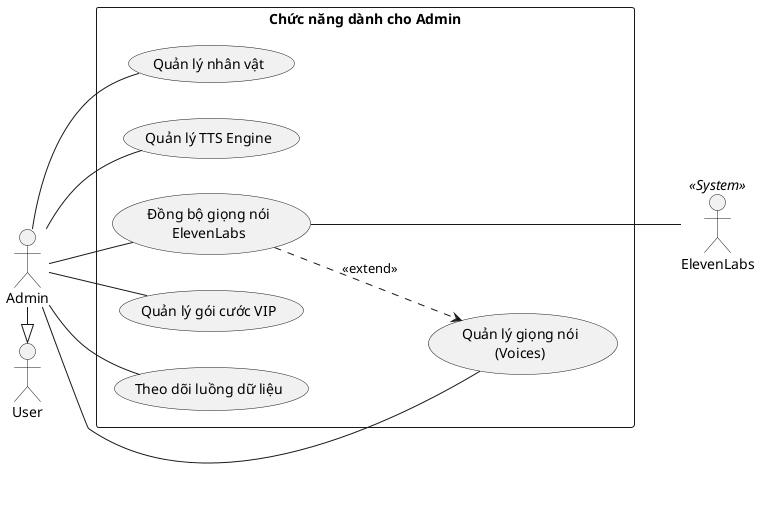
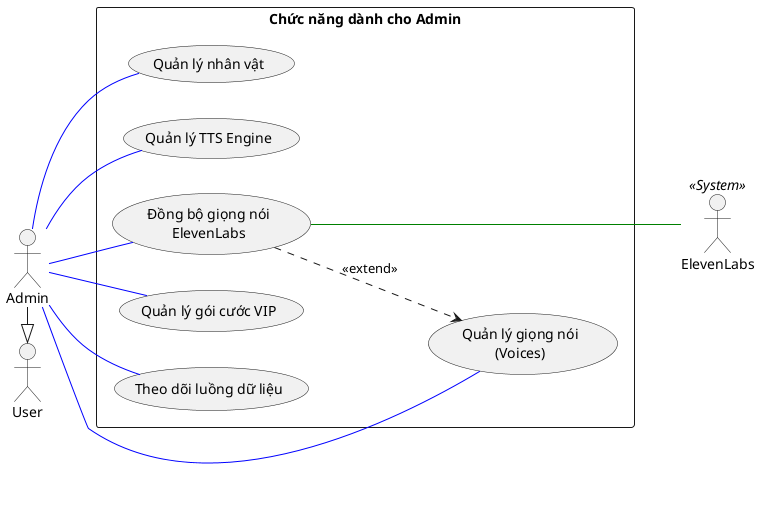
@startuml
left to right direction
skinparam packageStyle rectangle
skinparam shadowing false

actor "User" as User
actor "Admin" as Admin
actor "ElevenLabs" as ElevenLabs << System >>

Admin -|> User

rectangle "Chức năng dành cho Admin" {
  usecase "Quản lý nhân vật" as UC_ManagePersona
  usecase "Quản lý TTS Engine" as UC_ManageTtsEngine
  usecase "Quản lý giọng nói\n(Voices)" as UC_ManageVoice
  usecase "Đồng bộ giọng nói\nElevenLabs" as UC_SyncElevenLabs
  usecase "Quản lý gói cước VIP" as UC_ManagePlans
  usecase "Theo dõi luồng dữ liệu" as UC_PipelineReport

  UC_SyncElevenLabs ..> UC_ManageVoice : <<extend>>
}

- Admin -- UC_ManagePersona
- Admin -- UC_ManageTtsEngine
- Admin -- UC_ManageVoice
- Admin -- UC_SyncElevenLabs
- Admin -- UC_ManagePlans
- Admin -- UC_PipelineReport
+ Admin -- UC_ManagePersona #blue
+ Admin -- UC_ManageTtsEngine #blue
+ Admin -- UC_ManageVoice #blue
+ Admin -- UC_SyncElevenLabs #blue
+ Admin -- UC_ManagePlans #blue
+ Admin -- UC_PipelineReport #blue

- UC_SyncElevenLabs --- ElevenLabs
+ UC_SyncElevenLabs --- ElevenLabs #green
@enduml
